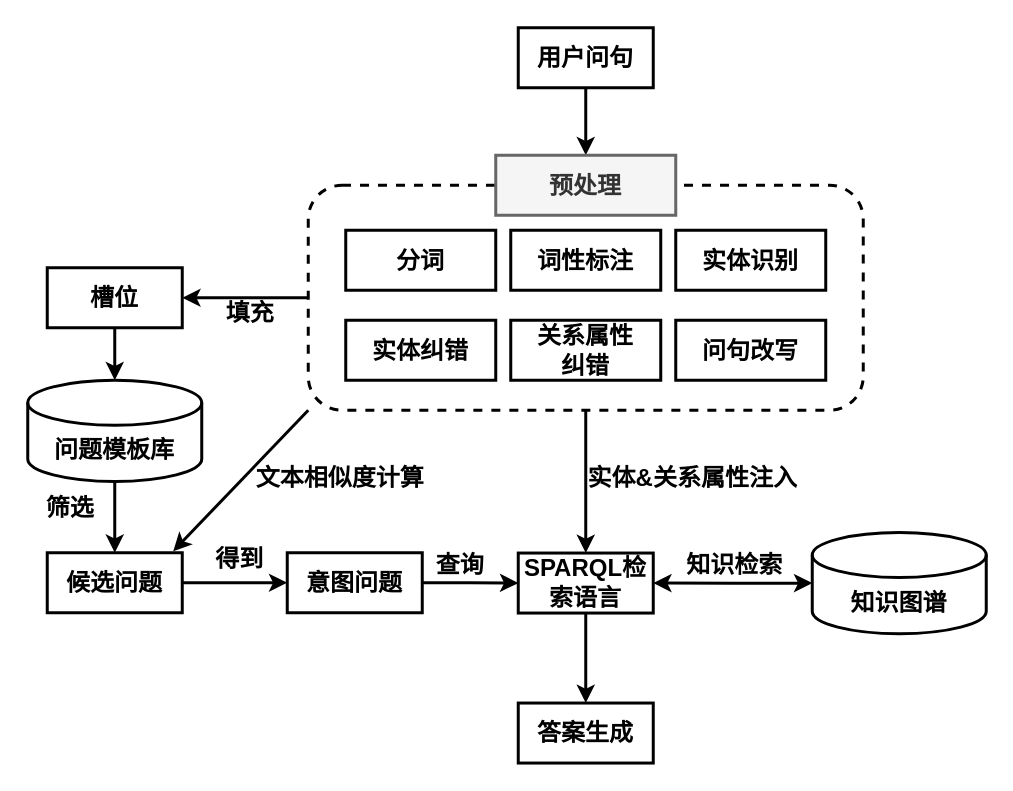
junchaoIU/Diagrams_library keeps this draw.io diagram as QA_sys_build.drawio. Above is the earlier version. Source tidied: cells renumbered, new cells numbered last; positions are measured from the earlier drawing's top-left corner, leaving out a move shared by most shapes. Both pictures are drawn from the tidied source at 150%, with x=0, y=0 at pixel (27, 27).
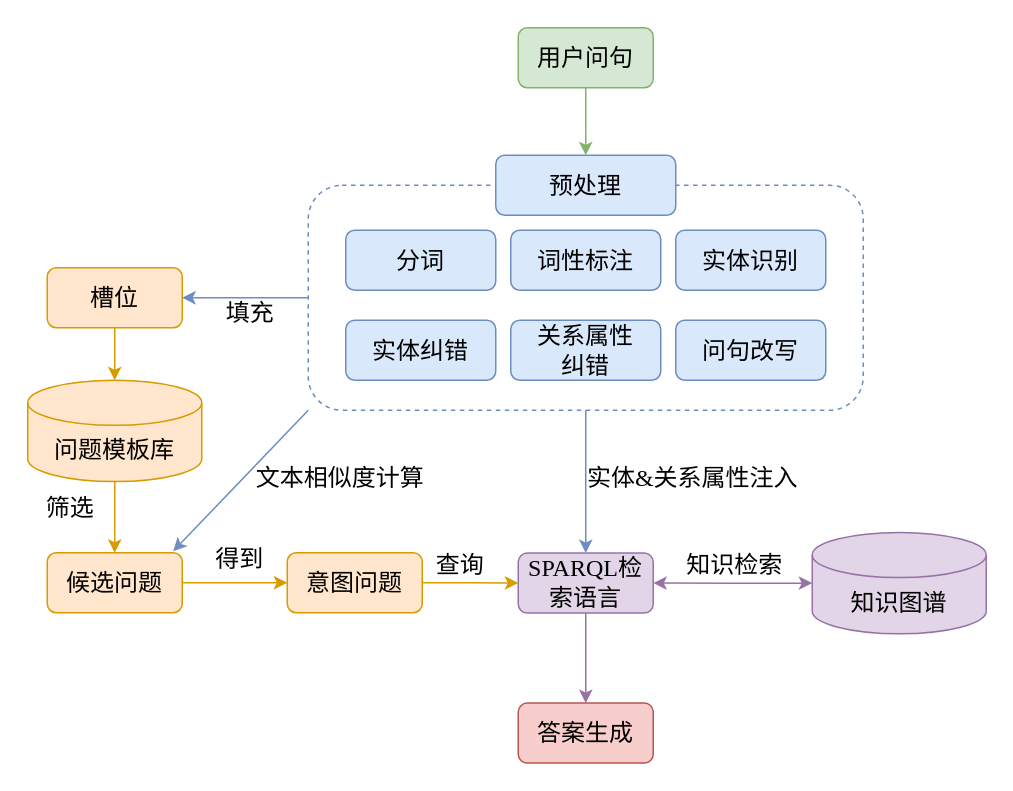
Above is the later version.

Diff of the diagram source:
```diff
@@
-    <mxCell id="2" style="edgeStyle=orthogonalEdgeStyle;rounded=0;jettySize=auto;html=1;exitX=0.5;exitY=1;exitDx=0;exitDy=0;entryX=0.5;entryY=0;entryDx=0;entryDy=0;fontSize=16;strokeWidth=2;" parent="1" edge="1" source="5" target="17">
+    <mxCell id="2" style="edgeStyle=orthogonalEdgeStyle;rounded=0;jettySize=auto;html=1;exitX=0.5;exitY=1;exitDx=0;exitDy=0;entryX=0.5;entryY=0;entryDx=0;entryDy=0;fontSize=16;strokeWidth=1;fontStyle=0;fontFamily=Times New Roman;fillColor=#dae8fc;strokeColor=#6c8ebf;" parent="1" edge="1" source="5" target="17">
       <mxGeometry relative="1" as="geometry" />
     </mxCell>
-    <mxCell id="3" style="edgeStyle=orthogonalEdgeStyle;rounded=0;jettySize=auto;html=1;exitX=0;exitY=0.5;exitDx=0;exitDy=0;fontSize=16;startArrow=none;startFill=0;strokeWidth=2;" parent="1" edge="1" source="5" target="12">
+    <mxCell id="3" style="edgeStyle=orthogonalEdgeStyle;rounded=0;jettySize=auto;html=1;exitX=0;exitY=0.5;exitDx=0;exitDy=0;fontSize=16;startArrow=none;startFill=0;strokeWidth=1;fontStyle=0;fontFamily=Times New Roman;fillColor=#dae8fc;strokeColor=#6c8ebf;" parent="1" edge="1" source="5" target="12">
       <mxGeometry relative="1" as="geometry" />
     </mxCell>
-    <mxCell id="4" style="rounded=0;jettySize=auto;html=1;exitX=0;exitY=1;exitDx=0;exitDy=0;entryX=0.933;entryY=-0.025;entryDx=0;entryDy=0;fontSize=16;startArrow=none;startFill=0;strokeWidth=2;entryPerimeter=0;" parent="1" edge="1" source="5" target="29">
+    <mxCell id="4" style="rounded=0;jettySize=auto;html=1;exitX=0;exitY=1;exitDx=0;exitDy=0;entryX=0.933;entryY=-0.025;entryDx=0;entryDy=0;fontSize=16;startArrow=none;startFill=0;strokeWidth=1;entryPerimeter=0;fontStyle=0;fontFamily=Times New Roman;fillColor=#dae8fc;strokeColor=#6c8ebf;" parent="1" edge="1" source="5" target="29">
       <mxGeometry relative="1" as="geometry" />
     </mxCell>
-    <mxCell id="5" style="rounded=1;whiteSpace=wrap;html=1;fontSize=16;strokeWidth=2;dashed=1;" parent="1" vertex="1">
+    <mxCell id="5" style="rounded=1;whiteSpace=wrap;html=1;fontSize=16;strokeWidth=1;dashed=1;fontStyle=0;fontFamily=Times New Roman;fillColor=none;strokeColor=#6c8ebf;" parent="1" vertex="1">
       <mxGeometry x="187" y="105" width="370" height="150" as="geometry" />
     </mxCell>
-    <mxCell id="6" style="edgeStyle=orthogonalEdgeStyle;rounded=0;jettySize=auto;html=1;exitX=0.5;exitY=1;exitDx=0;exitDy=0;fontSize=16;startArrow=none;startFill=0;strokeWidth=2;" parent="1" edge="1" source="7" target="15">
+    <mxCell id="6" style="edgeStyle=orthogonalEdgeStyle;rounded=0;jettySize=auto;html=1;exitX=0.5;exitY=1;exitDx=0;exitDy=0;fontSize=16;startArrow=none;startFill=0;strokeWidth=1;fontStyle=0;fontFamily=Times New Roman;fillColor=#d5e8d4;strokeColor=#82b366;" parent="1" edge="1" source="7" target="15">
       <mxGeometry relative="1" as="geometry" />
     </mxCell>
-    <mxCell id="7" value="&lt;font style=&quot;font-size: 16px;&quot;&gt;&lt;b style=&quot;font-size: 16px;&quot;&gt;用户问句&lt;/b&gt;&lt;/font&gt;" style="rounded=0;whiteSpace=wrap;html=1;strokeWidth=2;fontSize=16;" parent="1" vertex="1">
+    <mxCell id="7" value="&lt;font style=&quot;font-size: 16px;&quot;&gt;&lt;span style=&quot;font-size: 16px;&quot;&gt;用户问句&lt;/span&gt;&lt;/font&gt;" style="rounded=1;whiteSpace=wrap;html=1;strokeWidth=1;fontSize=16;fontStyle=0;fontFamily=Times New Roman;fillColor=#d5e8d4;strokeColor=#82b366;" parent="1" vertex="1">
       <mxGeometry x="327" width="90" height="40" as="geometry" />
     </mxCell>
-    <mxCell id="8" value="&lt;b style=&quot;font-size: 16px;&quot;&gt;分词&lt;/b&gt;" style="rounded=0;whiteSpace=wrap;html=1;fontSize=16;strokeWidth=2;" parent="1" vertex="1">
+    <mxCell id="8" value="&lt;span style=&quot;font-size: 16px;&quot;&gt;分词&lt;/span&gt;" style="rounded=1;whiteSpace=wrap;html=1;fontSize=16;strokeWidth=1;fontStyle=0;fontFamily=Times New Roman;fillColor=#dae8fc;strokeColor=#6c8ebf;" parent="1" vertex="1">
       <mxGeometry x="212" y="135" width="100" height="40" as="geometry" />
     </mxCell>
-    <mxCell id="9" value="&lt;b style=&quot;font-size: 16px;&quot;&gt;词性标注&lt;/b&gt;" style="rounded=0;whiteSpace=wrap;html=1;fontSize=16;strokeWidth=2;" parent="1" vertex="1">
+    <mxCell id="9" value="&lt;span style=&quot;font-size: 16px;&quot;&gt;词性标注&lt;/span&gt;" style="rounded=1;whiteSpace=wrap;html=1;fontSize=16;strokeWidth=1;fontStyle=0;fontFamily=Times New Roman;fillColor=#dae8fc;strokeColor=#6c8ebf;" parent="1" vertex="1">
       <mxGeometry x="322" y="135" width="100" height="40" as="geometry" />
     </mxCell>
-    <mxCell id="10" value="&lt;b style=&quot;font-size: 16px;&quot;&gt;实体识别&lt;/b&gt;" style="rounded=0;whiteSpace=wrap;html=1;fontSize=16;strokeWidth=2;" parent="1" vertex="1">
+    <mxCell id="10" value="&lt;span style=&quot;font-size: 16px;&quot;&gt;实体识别&lt;/span&gt;" style="rounded=1;whiteSpace=wrap;html=1;fontSize=16;strokeWidth=1;fontStyle=0;fontFamily=Times New Roman;fillColor=#dae8fc;strokeColor=#6c8ebf;" parent="1" vertex="1">
       <mxGeometry x="432" y="135" width="100" height="40" as="geometry" />
     </mxCell>
-    <mxCell id="11" style="edgeStyle=orthogonalEdgeStyle;rounded=0;jettySize=auto;html=1;exitX=0.5;exitY=1;exitDx=0;exitDy=0;fontSize=16;strokeWidth=2;entryX=0.5;entryY=0;entryDx=0;entryDy=0;entryPerimeter=0;" parent="1" edge="1" source="12" target="27">
+    <mxCell id="11" style="edgeStyle=orthogonalEdgeStyle;rounded=0;jettySize=auto;html=1;exitX=0.5;exitY=1;exitDx=0;exitDy=0;fontSize=16;strokeWidth=1;entryX=0.5;entryY=0;entryDx=0;entryDy=0;entryPerimeter=0;fontStyle=0;fontFamily=Times New Roman;fillColor=#ffe6cc;strokeColor=#d79b00;" parent="1" edge="1" source="12" target="27">
       <mxGeometry relative="1" as="geometry" />
     </mxCell>
-    <mxCell id="12" value="&lt;font style=&quot;font-size: 16px&quot;&gt;&lt;b style=&quot;font-size: 16px&quot;&gt;槽位&lt;/b&gt;&lt;/font&gt;" style="rounded=0;whiteSpace=wrap;html=1;strokeWidth=2;fontSize=16;" parent="1" vertex="1">
+    <mxCell id="12" value="&lt;font style=&quot;font-size: 16px&quot;&gt;&lt;span style=&quot;font-size: 16px&quot;&gt;槽位&lt;/span&gt;&lt;/font&gt;" style="rounded=1;whiteSpace=wrap;html=1;strokeWidth=1;fontSize=16;fontStyle=0;fontFamily=Times New Roman;fillColor=#ffe6cc;strokeColor=#d79b00;" parent="1" vertex="1">
       <mxGeometry x="13" y="160" width="90" height="40" as="geometry" />
     </mxCell>
-    <mxCell id="13" value="&lt;b style=&quot;font-size: 16px;&quot;&gt;实体纠错&lt;/b&gt;" style="rounded=0;whiteSpace=wrap;html=1;fontSize=16;strokeWidth=2;" parent="1" vertex="1">
+    <mxCell id="13" value="&lt;span style=&quot;font-size: 16px;&quot;&gt;实体纠错&lt;/span&gt;" style="rounded=1;whiteSpace=wrap;html=1;fontSize=16;strokeWidth=1;fontStyle=0;fontFamily=Times New Roman;fillColor=#dae8fc;strokeColor=#6c8ebf;" parent="1" vertex="1">
       <mxGeometry x="212" y="195" width="100" height="40" as="geometry" />
     </mxCell>
-    <mxCell id="14" value="&lt;b style=&quot;font-size: 16px;&quot;&gt;问句改写&lt;/b&gt;" style="rounded=0;whiteSpace=wrap;html=1;fontSize=16;strokeWidth=2;" parent="1" vertex="1">
+    <mxCell id="14" value="&lt;span style=&quot;font-size: 16px;&quot;&gt;问句改写&lt;/span&gt;" style="rounded=1;whiteSpace=wrap;html=1;fontSize=16;strokeWidth=1;fontStyle=0;fontFamily=Times New Roman;fillColor=#dae8fc;strokeColor=#6c8ebf;" parent="1" vertex="1">
       <mxGeometry x="432" y="195" width="100" height="40" as="geometry" />
     </mxCell>
-    <mxCell id="15" value="&lt;b style=&quot;font-size: 16px;&quot;&gt;预处理&lt;/b&gt;" style="rounded=0;whiteSpace=wrap;html=1;fontSize=16;strokeWidth=2;fillColor=#f5f5f5;strokeColor=#666666;fontColor=#333333;" parent="1" vertex="1">
+    <mxCell id="15" value="&lt;span style=&quot;font-size: 16px;&quot;&gt;预处理&lt;/span&gt;" style="rounded=1;whiteSpace=wrap;html=1;fontSize=16;strokeWidth=1;fillColor=#dae8fc;strokeColor=#6c8ebf;fontStyle=0;fontFamily=Times New Roman;" parent="1" vertex="1">
       <mxGeometry x="312" y="85" width="120" height="40" as="geometry" />
     </mxCell>
-    <mxCell id="16" style="edgeStyle=none;rounded=0;jettySize=auto;html=1;exitX=0.5;exitY=1;exitDx=0;exitDy=0;fontSize=16;startArrow=none;startFill=0;strokeWidth=2;" parent="1" edge="1" source="17" target="22">
+    <mxCell id="16" style="edgeStyle=none;rounded=0;jettySize=auto;html=1;exitX=0.5;exitY=1;exitDx=0;exitDy=0;fontSize=16;startArrow=none;startFill=0;strokeWidth=1;fontStyle=0;fontFamily=Times New Roman;fillColor=#e1d5e7;strokeColor=#9673a6;" parent="1" edge="1" source="17" target="22">
       <mxGeometry relative="1" as="geometry" />
     </mxCell>
-    <mxCell id="17" value="&lt;font style=&quot;font-size: 16px;&quot;&gt;&lt;b style=&quot;font-size: 16px;&quot;&gt;SPARQL检索语言&lt;/b&gt;&lt;/font&gt;" style="rounded=0;whiteSpace=wrap;html=1;strokeWidth=2;fontSize=16;" parent="1" vertex="1">
+    <mxCell id="17" value="&lt;font style=&quot;font-size: 16px;&quot;&gt;&lt;span style=&quot;font-size: 16px;&quot;&gt;SPARQL检索语言&lt;/span&gt;&lt;/font&gt;" style="rounded=1;whiteSpace=wrap;html=1;strokeWidth=1;fontSize=16;fontStyle=0;fontFamily=Times New Roman;fillColor=#e1d5e7;strokeColor=#9673a6;" parent="1" vertex="1">
       <mxGeometry x="327" y="350.2" width="90" height="40" as="geometry" />
     </mxCell>
-    <mxCell id="18" value="&lt;b&gt;筛选&lt;/b&gt;" style="text;html=1;align=center;verticalAlign=middle;strokeColor=none;fillColor=none;fontSize=16;strokeWidth=2;" parent="1" vertex="1">
+    <mxCell id="18" value="&lt;span&gt;筛选&lt;/span&gt;" style="text;html=1;align=center;verticalAlign=middle;strokeColor=none;fillColor=none;fontSize=16;strokeWidth=1;fontStyle=0;fontFamily=Times New Roman;" parent="1" vertex="1">
       <mxGeometry x="3" y="310" width="50" height="20" as="geometry" />
     </mxCell>
-    <mxCell id="19" value="&lt;b style=&quot;font-size: 16px&quot;&gt;文本相似度计算&lt;/b&gt;" style="text;html=1;align=center;verticalAlign=middle;strokeColor=none;fillColor=none;fontSize=16;strokeWidth=2;" parent="1" vertex="1">
+    <mxCell id="19" value="&lt;span style=&quot;font-size: 16px&quot;&gt;文本相似度计算&lt;/span&gt;" style="text;html=1;align=center;verticalAlign=middle;strokeColor=none;fillColor=none;fontSize=16;strokeWidth=1;fontStyle=0;fontFamily=Times New Roman;" parent="1" vertex="1">
       <mxGeometry x="143" y="290" width="130" height="20" as="geometry" />
     </mxCell>
-    <mxCell id="20" style="edgeStyle=orthogonalEdgeStyle;rounded=0;jettySize=auto;html=1;exitX=0;exitY=0.5;exitDx=0;exitDy=0;exitPerimeter=0;fontSize=16;startArrow=classic;startFill=1;strokeWidth=2;" parent="1" edge="1" source="21" target="17">
+    <mxCell id="20" style="edgeStyle=orthogonalEdgeStyle;rounded=0;jettySize=auto;html=1;exitX=0;exitY=0.5;exitDx=0;exitDy=0;exitPerimeter=0;fontSize=16;startArrow=classic;startFill=1;strokeWidth=1;fontStyle=0;fontFamily=Times New Roman;fillColor=#e1d5e7;strokeColor=#9673a6;" parent="1" edge="1" source="21" target="17">
       <mxGeometry relative="1" as="geometry" />
     </mxCell>
-    <mxCell id="21" value="&lt;b style=&quot;font-size: 16px;&quot;&gt;知识图谱&lt;/b&gt;" style="shape=cylinder3;whiteSpace=wrap;html=1;boundedLbl=1;backgroundOutline=1;size=15;fontSize=16;strokeWidth=2;" parent="1" vertex="1">
+    <mxCell id="21" value="&lt;span style=&quot;font-size: 16px;&quot;&gt;知识图谱&lt;/span&gt;" style="shape=cylinder3;whiteSpace=wrap;html=1;boundedLbl=1;backgroundOutline=1;size=15;fontSize=16;strokeWidth=1;fontStyle=0;fontFamily=Times New Roman;fillColor=#e1d5e7;strokeColor=#9673a6;" parent="1" vertex="1">
       <mxGeometry x="523" y="336.5" width="116" height="67.5" as="geometry" />
     </mxCell>
-    <mxCell id="22" value="&lt;font style=&quot;font-size: 16px;&quot;&gt;&lt;b style=&quot;font-size: 16px;&quot;&gt;答案生成&lt;/b&gt;&lt;/font&gt;" style="rounded=0;whiteSpace=wrap;html=1;strokeWidth=2;fontSize=16;" parent="1" vertex="1">
+    <mxCell id="22" value="&lt;font style=&quot;font-size: 16px;&quot;&gt;&lt;span style=&quot;font-size: 16px;&quot;&gt;答案生成&lt;/span&gt;&lt;/font&gt;" style="rounded=1;whiteSpace=wrap;html=1;strokeWidth=1;fontSize=16;fontStyle=0;fontFamily=Times New Roman;fillColor=#f8cecc;strokeColor=#b85450;" parent="1" vertex="1">
       <mxGeometry x="327" y="450.2" width="90" height="40" as="geometry" />
     </mxCell>
-    <mxCell id="23" value="&lt;b style=&quot;font-size: 16px;&quot;&gt;知识检索&lt;/b&gt;" style="text;html=1;align=center;verticalAlign=middle;strokeColor=none;fillColor=none;fontSize=16;strokeWidth=2;" parent="1" vertex="1">
+    <mxCell id="23" value="&lt;span style=&quot;font-size: 16px;&quot;&gt;知识检索&lt;/span&gt;" style="text;html=1;align=center;verticalAlign=middle;strokeColor=none;fillColor=none;fontSize=16;strokeWidth=1;fontStyle=0;fontFamily=Times New Roman;" parent="1" vertex="1">
       <mxGeometry x="431" y="348.2" width="80" height="20" as="geometry" />
     </mxCell>
-    <mxCell id="24" value="&lt;b style=&quot;font-size: 16px;&quot;&gt;填充&lt;/b&gt;" style="text;html=1;align=center;verticalAlign=middle;strokeColor=none;fillColor=none;fontSize=16;strokeWidth=2;" parent="1" vertex="1">
+    <mxCell id="24" value="&lt;span style=&quot;font-size: 16px;&quot;&gt;填充&lt;/span&gt;" style="text;html=1;align=center;verticalAlign=middle;strokeColor=none;fillColor=none;fontSize=16;strokeWidth=1;fontStyle=0;fontFamily=Times New Roman;" parent="1" vertex="1">
       <mxGeometry x="123" y="180" width="50" height="20" as="geometry" />
     </mxCell>
-    <mxCell id="25" value="&lt;b style=&quot;font-size: 16px;&quot;&gt;关系属性&lt;br style=&quot;font-size: 16px;&quot;&gt;纠错&lt;br style=&quot;font-size: 16px;&quot;&gt;&lt;/b&gt;" style="rounded=0;whiteSpace=wrap;html=1;fontSize=16;strokeWidth=2;" parent="1" vertex="1">
+    <mxCell id="25" value="&lt;span style=&quot;font-size: 16px;&quot;&gt;关系属性&lt;br style=&quot;font-size: 16px;&quot;&gt;纠错&lt;br style=&quot;font-size: 16px;&quot;&gt;&lt;/span&gt;" style="rounded=1;whiteSpace=wrap;html=1;fontSize=16;strokeWidth=1;fontStyle=0;fontFamily=Times New Roman;fillColor=#dae8fc;strokeColor=#6c8ebf;" parent="1" vertex="1">
       <mxGeometry x="322" y="195" width="100" height="40" as="geometry" />
     </mxCell>
-    <mxCell id="26" style="edgeStyle=orthogonalEdgeStyle;rounded=0;jettySize=auto;html=1;exitX=0.5;exitY=1;exitDx=0;exitDy=0;exitPerimeter=0;fontSize=16;strokeWidth=2;" parent="1" edge="1" source="27" target="29">
+    <mxCell id="26" style="edgeStyle=orthogonalEdgeStyle;rounded=0;jettySize=auto;html=1;exitX=0.5;exitY=1;exitDx=0;exitDy=0;exitPerimeter=0;fontSize=16;strokeWidth=1;fontStyle=0;fontFamily=Times New Roman;fillColor=#ffe6cc;strokeColor=#d79b00;" parent="1" edge="1" source="27" target="29">
       <mxGeometry relative="1" as="geometry" />
     </mxCell>
-    <mxCell id="27" value="&lt;b style=&quot;font-size: 16px&quot;&gt;问题模板库&lt;/b&gt;" style="shape=cylinder3;whiteSpace=wrap;html=1;boundedLbl=1;backgroundOutline=1;size=15;fontSize=16;strokeWidth=2;" parent="1" vertex="1">
+    <mxCell id="27" value="&lt;span style=&quot;font-size: 16px&quot;&gt;问题模板库&lt;/span&gt;" style="shape=cylinder3;whiteSpace=wrap;html=1;boundedLbl=1;backgroundOutline=1;size=15;fontSize=16;strokeWidth=1;fontStyle=0;fontFamily=Times New Roman;fillColor=#ffe6cc;strokeColor=#d79b00;" parent="1" vertex="1">
       <mxGeometry y="235" width="116" height="67.5" as="geometry" />
     </mxCell>
-    <mxCell id="28" style="edgeStyle=orthogonalEdgeStyle;rounded=0;jettySize=auto;html=1;exitX=1;exitY=0.5;exitDx=0;exitDy=0;entryX=0;entryY=0.5;entryDx=0;entryDy=0;fontSize=16;strokeWidth=2;" parent="1" edge="1" source="29" target="31">
+    <mxCell id="28" style="edgeStyle=orthogonalEdgeStyle;rounded=0;jettySize=auto;html=1;exitX=1;exitY=0.5;exitDx=0;exitDy=0;entryX=0;entryY=0.5;entryDx=0;entryDy=0;fontSize=16;strokeWidth=1;fontStyle=0;fontFamily=Times New Roman;fillColor=#ffe6cc;strokeColor=#d79b00;" parent="1" edge="1" source="29" target="31">
       <mxGeometry relative="1" as="geometry" />
     </mxCell>
-    <mxCell id="29" value="&lt;font style=&quot;font-size: 16px&quot;&gt;&lt;b style=&quot;font-size: 16px&quot;&gt;候选问题&lt;/b&gt;&lt;/font&gt;" style="rounded=0;whiteSpace=wrap;html=1;strokeWidth=2;fontSize=16;" parent="1" vertex="1">
+    <mxCell id="29" value="&lt;font style=&quot;font-size: 16px&quot;&gt;&lt;span style=&quot;font-size: 16px&quot;&gt;候选问题&lt;/span&gt;&lt;/font&gt;" style="rounded=1;whiteSpace=wrap;html=1;strokeWidth=1;fontSize=16;fontStyle=0;fontFamily=Times New Roman;fillColor=#ffe6cc;strokeColor=#d79b00;" parent="1" vertex="1">
       <mxGeometry x="13" y="350" width="90" height="40" as="geometry" />
     </mxCell>
-    <mxCell id="30" style="edgeStyle=orthogonalEdgeStyle;rounded=0;jettySize=auto;html=1;exitX=1;exitY=0.5;exitDx=0;exitDy=0;fontSize=16;strokeWidth=2;" parent="1" edge="1" source="31" target="17">
+    <mxCell id="30" style="edgeStyle=orthogonalEdgeStyle;rounded=0;jettySize=auto;html=1;exitX=1;exitY=0.5;exitDx=0;exitDy=0;fontSize=16;strokeWidth=1;fontStyle=0;fontFamily=Times New Roman;fillColor=#ffe6cc;strokeColor=#d79b00;" parent="1" edge="1" source="31" target="17">
       <mxGeometry relative="1" as="geometry" />
     </mxCell>
-    <mxCell id="31" value="&lt;font style=&quot;font-size: 16px&quot;&gt;&lt;b style=&quot;font-size: 16px&quot;&gt;意图问题&lt;/b&gt;&lt;/font&gt;" style="rounded=0;whiteSpace=wrap;html=1;strokeWidth=2;fontSize=16;" parent="1" vertex="1">
+    <mxCell id="31" value="&lt;font style=&quot;font-size: 16px&quot;&gt;&lt;span style=&quot;font-size: 16px&quot;&gt;意图问题&lt;/span&gt;&lt;/font&gt;" style="rounded=1;whiteSpace=wrap;html=1;strokeWidth=1;fontSize=16;fontStyle=0;fontFamily=Times New Roman;fillColor=#ffe6cc;strokeColor=#d79b00;" parent="1" vertex="1">
       <mxGeometry x="173" y="350" width="90" height="40" as="geometry" />
     </mxCell>
-    <mxCell id="32" value="&lt;b style=&quot;font-size: 16px&quot;&gt;得到&lt;/b&gt;" style="text;html=1;align=center;verticalAlign=middle;strokeColor=none;fillColor=none;fontSize=16;strokeWidth=2;" parent="1" vertex="1">
+    <mxCell id="32" value="&lt;span style=&quot;font-size: 16px&quot;&gt;得到&lt;/span&gt;" style="text;html=1;align=center;verticalAlign=middle;strokeColor=none;fillColor=none;fontSize=16;strokeWidth=1;fontStyle=0;fontFamily=Times New Roman;" parent="1" vertex="1">
       <mxGeometry x="116" y="343.8" width="50" height="20" as="geometry" />
     </mxCell>
-    <mxCell id="33" value="&lt;b style=&quot;font-size: 16px&quot;&gt;查询&lt;/b&gt;" style="text;html=1;align=center;verticalAlign=middle;strokeColor=none;fillColor=none;fontSize=16;strokeWidth=2;" parent="1" vertex="1">
+    <mxCell id="33" value="&lt;span style=&quot;font-size: 16px&quot;&gt;查询&lt;/span&gt;" style="text;html=1;align=center;verticalAlign=middle;strokeColor=none;fillColor=none;fontSize=16;strokeWidth=1;fontStyle=0;fontFamily=Times New Roman;" parent="1" vertex="1">
       <mxGeometry x="263" y="348.2" width="50" height="20" as="geometry" />
     </mxCell>
-    <mxCell id="34" value="&lt;b style=&quot;font-size: 16px&quot;&gt;实体&amp;amp;关系属性注入&lt;/b&gt;" style="text;html=1;align=center;verticalAlign=middle;strokeColor=none;fillColor=none;fontSize=16;strokeWidth=2;" parent="1" vertex="1">
+    <mxCell id="34" value="&lt;span style=&quot;font-size: 16px&quot;&gt;实体&amp;amp;关系属性注入&lt;/span&gt;" style="text;html=1;align=center;verticalAlign=middle;strokeColor=none;fillColor=none;fontSize=16;strokeWidth=1;fontStyle=0;fontFamily=Times New Roman;" parent="1" vertex="1">
       <mxGeometry x="363" y="290" width="160" height="20" as="geometry" />
     </mxCell>
```
